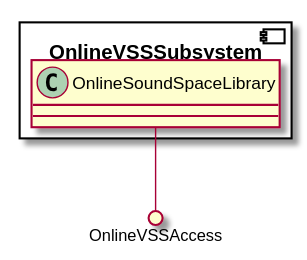
kpp19920121/doc keeps this PlantUML diagram as 设计/Diagrams/OnlineVSSSubsystemClassDiagram.svg. Above is the earlier version.
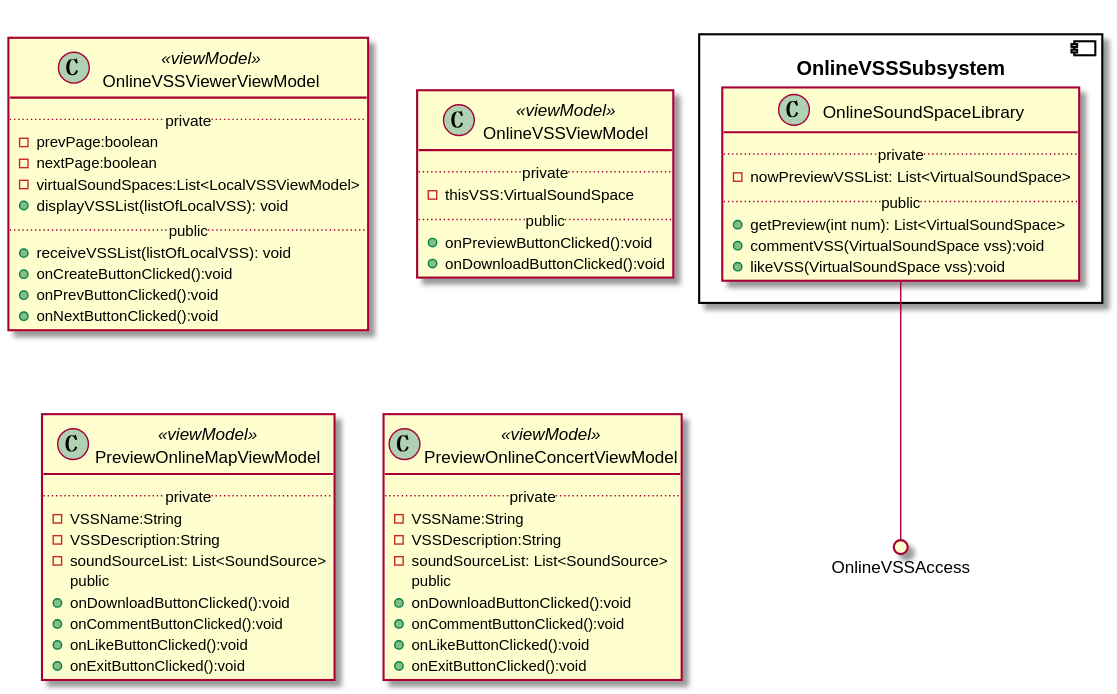
The same file after the commit.

Change to the diagram source:
```diff
@@ -1,8 +1,58 @@
 @startuml Diagrams/OnlineVSSSubsystemClassDiagram
 component OnlineVSSSubsystem {
     class OnlineSoundSpaceLibrary {
-
+    ..private..
+    - nowPreviewVSSList: List<VirtualSoundSpace>
+    ..public..
+    + getPreview(int num): List<VirtualSoundSpace>
+    + commentVSS(VirtualSoundSpace vss):void
+    + likeVSS(VirtualSoundSpace vss):void
     }
 }
+
+class OnlineVSSViewerViewModel <<viewModel>> {
+  ..private..
+  -prevPage:boolean
+  -nextPage:boolean
+  -virtualSoundSpaces:List<LocalVSSViewModel>
+	+displayVSSList(listOfLocalVSS): void
+  ..public..
+	+receiveVSSList(listOfLocalVSS): void
+  +onCreateButtonClicked():void
+  +onPrevButtonClicked():void
+  +onNextButtonClicked():void
+}
+
+class OnlineVSSViewModel <<viewModel>> {
+  ..private..
+  -thisVSS:VirtualSoundSpace
+  ..public..
+  +onPreviewButtonClicked():void
+  +onDownloadButtonClicked():void
+}
+
+class PreviewOnlineMapViewModel <<viewModel>> {
+	..private..
+  - VSSName:String
+  - VSSDescription:String
+	- soundSourceList: List<SoundSource>
+  ..public..
+  +onDownloadButtonClicked():void
+  +onCommentButtonClicked():void
+  +onLikeButtonClicked():void
+  +onExitButtonClicked():void
+}
+class PreviewOnlineConcertViewModel <<viewModel>> {
+	..private..
+  - VSSName:String
+  - VSSDescription:String
+	- soundSourceList: List<SoundSource>
+  ..public..
+  +onDownloadButtonClicked():void
+  +onCommentButtonClicked():void
+  +onLikeButtonClicked():void
+  +onExitButtonClicked():void
+}
+
 OnlineSoundSpaceLibrary --() OnlineVSSAccess
 @enduml
```
